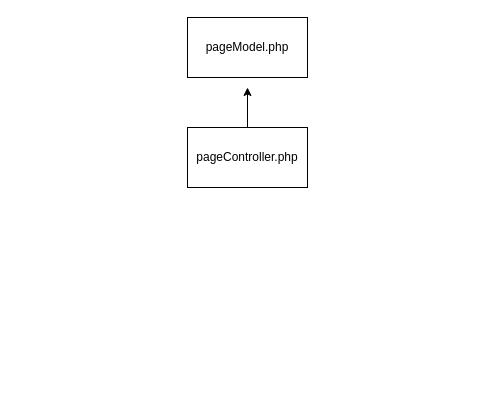
Earlier version of the draw.io diagram Diagrams/mvc.drawio (OmerS7/educom-webshop-oop-1696940510). Source tidied: cells renumbered, new cells numbered last; positions are measured from the earlier drawing's top-left corner, leaving out a move shared by most shapes. Both pictures are drawn from the tidied source at 100%, with x=0, y=0 at pixel (187, 17).
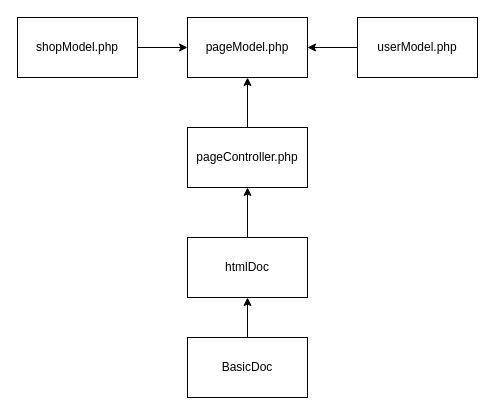
After the change.

Commit message:
inheritance diagram for mvc

The edit, as a diff of the source:
```diff
@@
 <mxGraphModel>
   <root>
     <mxCell id="0" />
     <mxCell id="1" parent="0" />
-    <mxCell id="2" style="edgeStyle=none;html=1;" parent="1" edge="1" source="3">
-      <mxGeometry relative="1" as="geometry">
-        <mxPoint x="60" y="70" as="targetPoint" />
-      </mxGeometry>
+    <mxCell id="2" style="edgeStyle=none;html=1;entryX=0.5;entryY=1;entryDx=0;entryDy=0;" parent="1" edge="1" source="3" target="4">
+      <mxGeometry relative="1" as="geometry" />
     </mxCell>
     <mxCell id="3" value="pageController.php" style="rounded=0;whiteSpace=wrap;html=1;" parent="1" vertex="1">
       <mxGeometry y="110" width="120" height="60" as="geometry" />
     </mxCell>
     <mxCell id="4" value="pageModel.php" style="rounded=0;whiteSpace=wrap;html=1;" parent="1" vertex="1">
       <mxGeometry width="120" height="60" as="geometry" />
     </mxCell>
+    <mxCell id="5" style="edgeStyle=none;html=1;entryX=0.5;entryY=1;entryDx=0;entryDy=0;" parent="1" edge="1" source="6" target="3">
+      <mxGeometry relative="1" as="geometry" />
+    </mxCell>
+    <mxCell id="6" value="htmlDoc" style="rounded=0;whiteSpace=wrap;html=1;" parent="1" vertex="1">
+      <mxGeometry y="220" width="120" height="60" as="geometry" />
+    </mxCell>
+    <mxCell id="7" style="edgeStyle=none;html=1;" parent="1" edge="1" source="8" target="6">
+      <mxGeometry relative="1" as="geometry" />
+    </mxCell>
+    <mxCell id="8" value="BasicDoc" style="rounded=0;whiteSpace=wrap;html=1;" parent="1" vertex="1">
+      <mxGeometry y="320" width="120" height="60" as="geometry" />
+    </mxCell>
+    <mxCell id="9" style="edgeStyle=none;html=1;" parent="1" edge="1" source="10" target="4">
+      <mxGeometry relative="1" as="geometry" />
+    </mxCell>
+    <mxCell id="10" value="userModel.php" style="rounded=0;whiteSpace=wrap;html=1;" parent="1" vertex="1">
+      <mxGeometry x="170" width="120" height="60" as="geometry" />
+    </mxCell>
+    <mxCell id="11" style="edgeStyle=none;html=1;entryX=0;entryY=0.5;entryDx=0;entryDy=0;" parent="1" edge="1" source="12" target="4">
+      <mxGeometry relative="1" as="geometry" />
+    </mxCell>
+    <mxCell id="12" value="shopModel.php" style="rounded=0;whiteSpace=wrap;html=1;" parent="1" vertex="1">
+      <mxGeometry x="-170" width="120" height="60" as="geometry" />
+    </mxCell>
   </root>
 </mxGraphModel>
```
